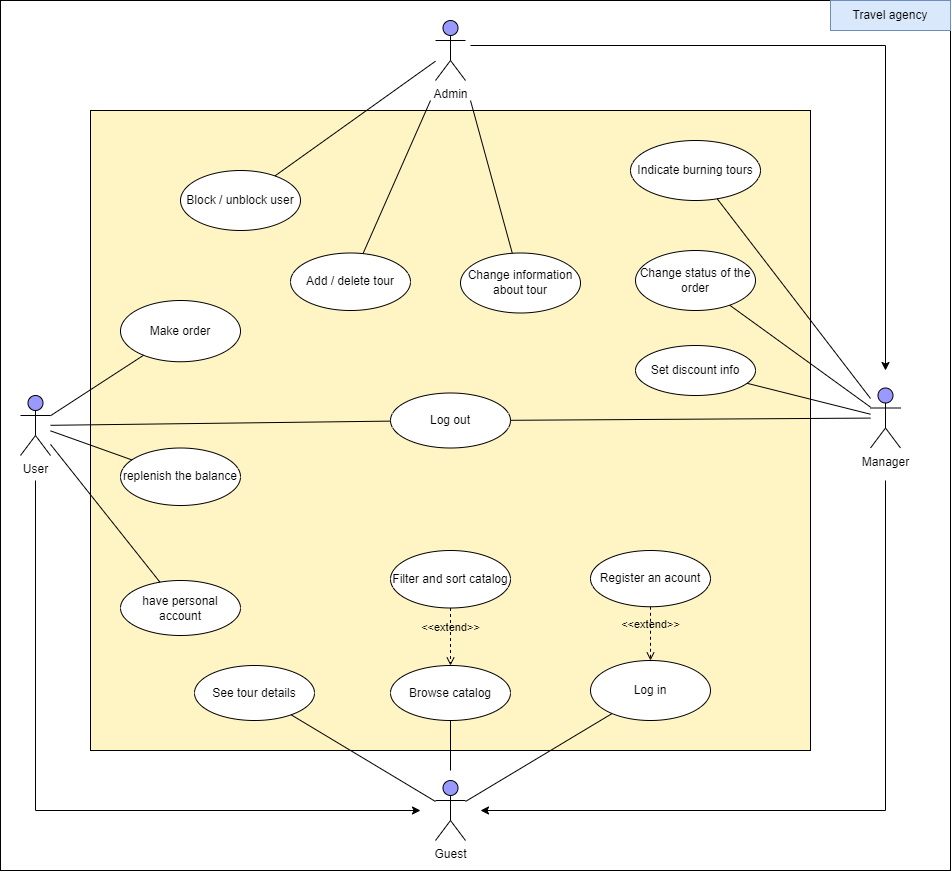
ChuyOleg/Travel-agency keeps this draw.io diagram as diagrams/use_case_diagram.png. Above is the earlier version. Source tidied: cells renumbered, new cells last; positions are measured from the earlier drawing's top-left corner, leaving out a move shared by most shapes.
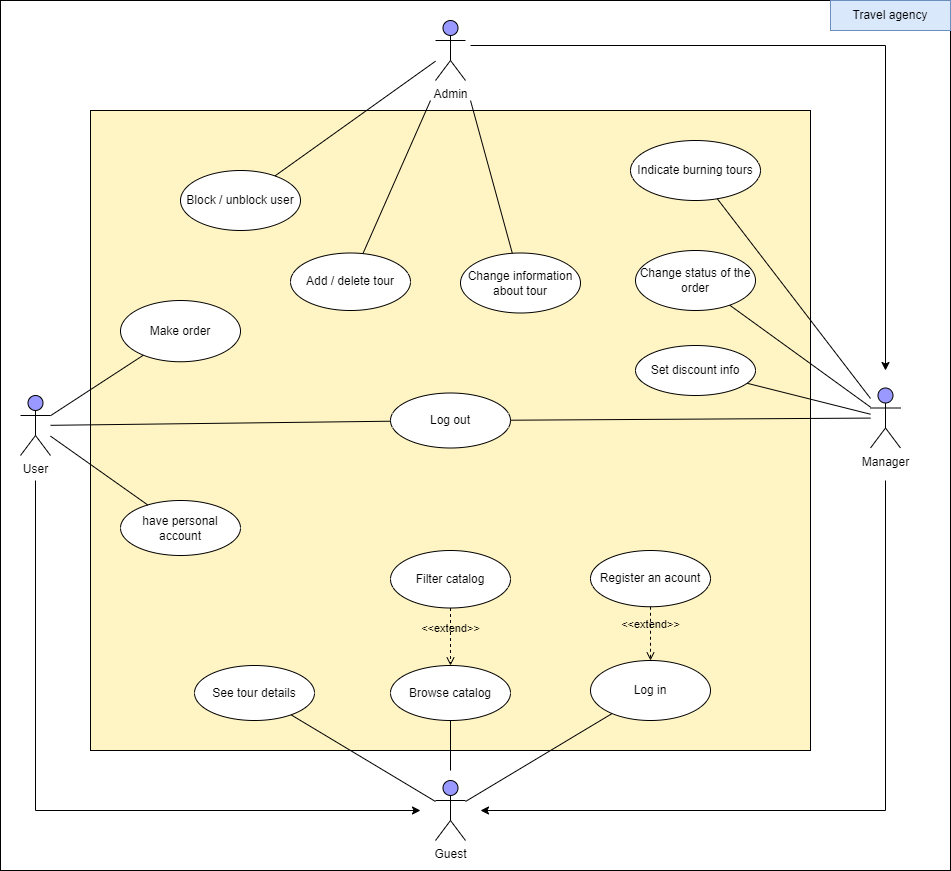
After the change.

Change to the diagram source:
```diff
@@ -50,7 +50,7 @@
     <mxCell id="11" value="Browse catalog" style="ellipse;whiteSpace=wrap;html=1;fillColor=#FFFFFF;" parent="1" vertex="1">
       <mxGeometry x="390" y="665" width="120" height="55" as="geometry" />
     </mxCell>
-    <mxCell id="12" value="Filter and sort catalog" style="ellipse;whiteSpace=wrap;html=1;fillColor=#FFFFFF;" parent="1" vertex="1">
+    <mxCell id="12" value="Filter catalog" style="ellipse;whiteSpace=wrap;html=1;fillColor=#FFFFFF;" parent="1" vertex="1">
       <mxGeometry x="390" y="550" width="120" height="57.5" as="geometry" />
     </mxCell>
     <mxCell id="13" value="Log in" style="ellipse;whiteSpace=wrap;html=1;fillColor=#FFFFFF;" parent="1" vertex="1">
@@ -69,11 +69,8 @@
       <mxGeometry x="120" y="300" width="120" height="61.2" as="geometry" />
     </mxCell>
     <mxCell id="18" value="have personal account" style="ellipse;whiteSpace=wrap;html=1;fillColor=#FFFFFF;" parent="1" vertex="1">
-      <mxGeometry x="120" y="580" width="120" height="55" as="geometry" />
+      <mxGeometry x="120" y="500" width="120" height="55" as="geometry" />
     </mxCell>
-    <mxCell id="19" value="replenish the balance" style="ellipse;whiteSpace=wrap;html=1;fillColor=#FFFFFF;" parent="1" vertex="1">
-      <mxGeometry x="120" y="447.5" width="120" height="57.5" as="geometry" />
-    </mxCell>
     <mxCell id="20" value="Set discount info" style="ellipse;whiteSpace=wrap;html=1;fillColor=#FFFFFF;" parent="1" vertex="1">
       <mxGeometry x="635" y="345" width="120" height="50" as="geometry" />
     </mxCell>
@@ -118,9 +115,6 @@
     <mxCell id="32" style="endArrow=none;html=1;rounded=0;" parent="1" edge="1" source="6" target="17">
       <mxGeometry relative="1" as="geometry" />
     </mxCell>
-    <mxCell id="33" style="endArrow=none;html=1;rounded=0;" parent="1" edge="1" source="6" target="19">
-      <mxGeometry relative="1" as="geometry" />
-    </mxCell>
     <mxCell id="34" style="endArrow=none;html=1;rounded=0;" parent="1" edge="1" source="6" target="16">
       <mxGeometry relative="1" as="geometry" />
     </mxCell>
```
